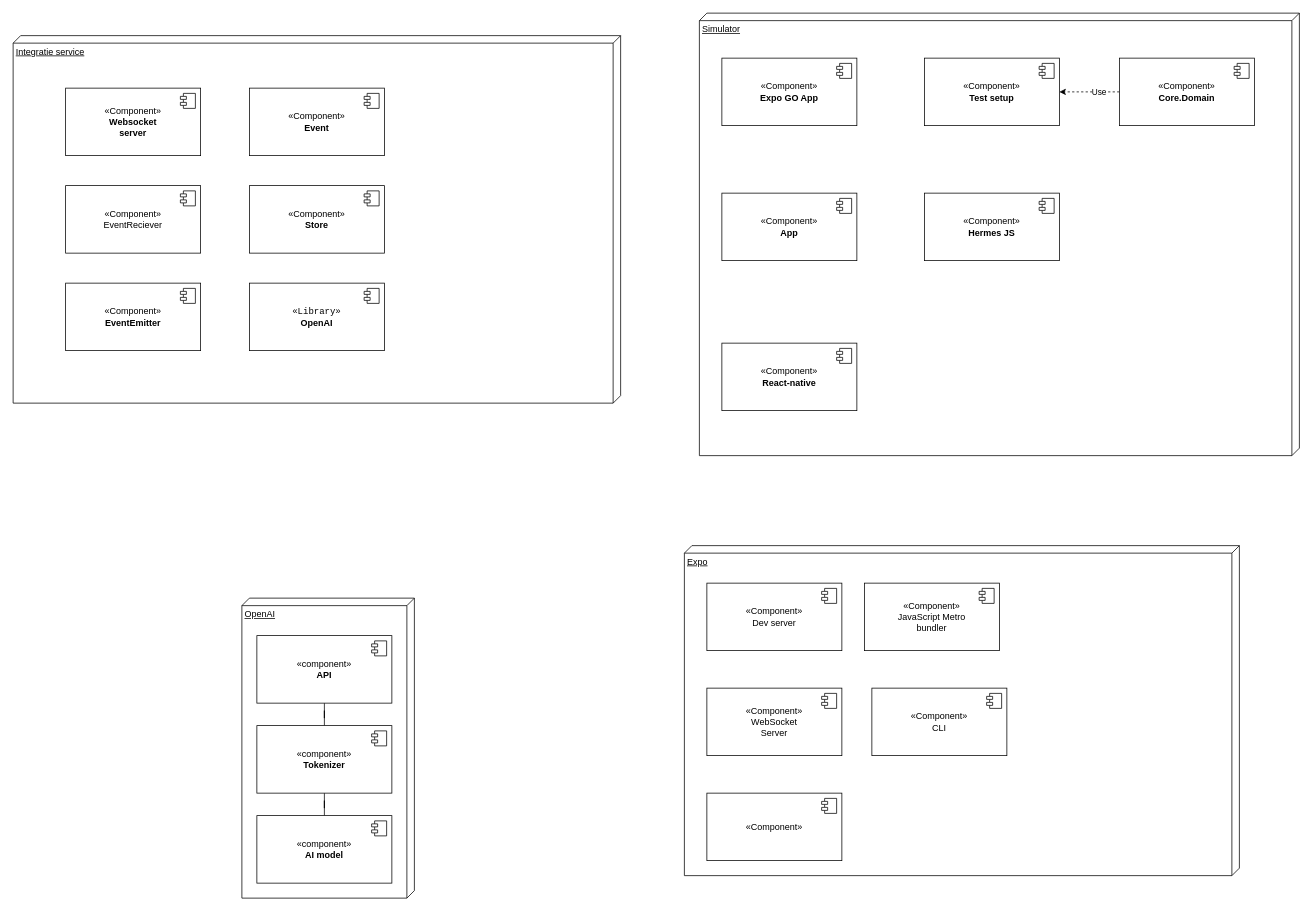
luukvankooten/draw.io keeps this draw.io diagram as page "5.4. Development view" (4 of 8) of 4+1.drawio. Above is the earlier version. Source tidied: cells renumbered, new cells numbered last; positions are measured from the earlier drawing's top-left corner, leaving out a move shared by most shapes. Both pictures are drawn from the tidied source at 75%, with x=0, y=0 at pixel (13, 13).
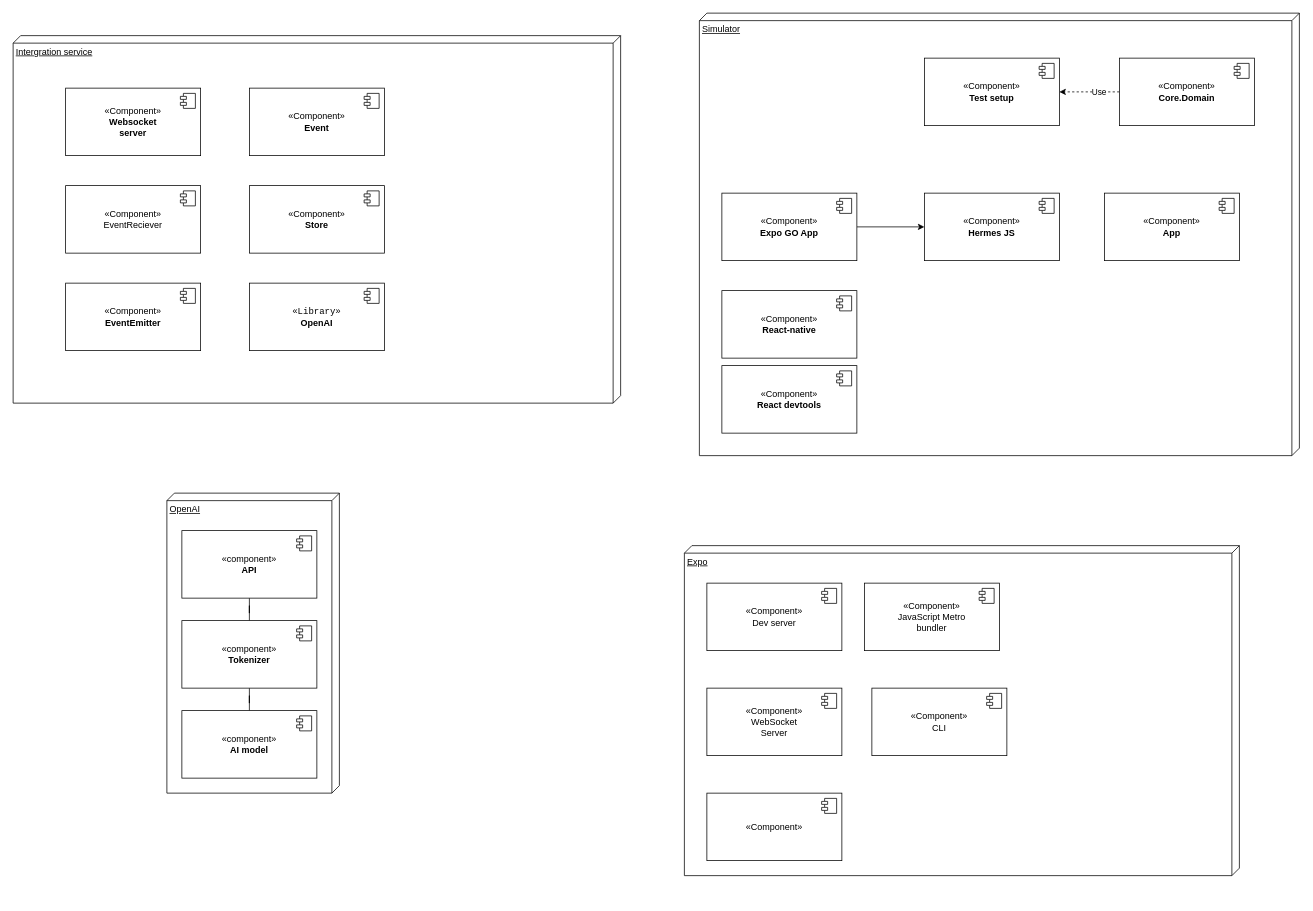
The same page after the edit.

The change refers to these unchanged cells:
```xml
<mxCell id="35" style="group;" parent="1" vertex="1">
  <mxGeometry x="915" width="800" height="590" as="geometry" />
</mxCell>
<mxCell id="37" value="«Component»&lt;b&gt;&lt;br&gt;Hermes JS&lt;br&gt;&lt;/b&gt;" style="html=1;whiteSpace=wrap;" parent="35" vertex="1">
  <mxGeometry x="300" y="240" width="180" height="90" as="geometry" />
</mxCell>
```

Diff of the diagram source:
```diff
@@
-    <mxCell id="2" value="Integratie service" style="verticalAlign=top;align=left;spacingTop=8;spacingLeft=2;spacingRight=12;shape=cube;size=10;direction=south;fontStyle=4;html=1;whiteSpace=wrap;" parent="1" vertex="1">
+    <mxCell id="2" value="Intergration service" style="verticalAlign=top;align=left;spacingTop=8;spacingLeft=2;spacingRight=12;shape=cube;size=10;direction=south;fontStyle=4;html=1;whiteSpace=wrap;" parent="1" vertex="1">
       <mxGeometry y="30" width="810" height="490" as="geometry" />
     </mxCell>
     <mxCell id="3" value="OpenAI" style="verticalAlign=top;align=left;spacingTop=8;spacingLeft=2;spacingRight=12;shape=cube;size=10;direction=south;fontStyle=4;html=1;whiteSpace=wrap;" parent="1" vertex="1">
-      <mxGeometry x="305" y="780" width="230" height="400" as="geometry" />
+      <mxGeometry x="205" y="640" width="230" height="400" as="geometry" />
     </mxCell>
@@
     <mxCell id="6" value="«component»&lt;br&gt;&lt;b&gt;API&lt;br&gt;&lt;/b&gt;" style="html=1;whiteSpace=wrap;" parent="1" vertex="1">
-      <mxGeometry x="325" y="830" width="180" height="90" as="geometry" />
+      <mxGeometry x="225" y="690" width="180" height="90" as="geometry" />
     </mxCell>
@@
     <mxCell id="9" value="«component»&lt;b&gt;&lt;br&gt;Tokenizer&lt;br&gt;&lt;/b&gt;" style="html=1;whiteSpace=wrap;" parent="1" vertex="1">
-      <mxGeometry x="325" y="950" width="180" height="90" as="geometry" />
+      <mxGeometry x="225" y="810" width="180" height="90" as="geometry" />
     </mxCell>
@@
     <mxCell id="11" value="«component»&lt;b&gt;&lt;br&gt;AI model&lt;br&gt;&lt;/b&gt;" style="html=1;whiteSpace=wrap;" parent="1" vertex="1">
-      <mxGeometry x="325" y="1070" width="180" height="90" as="geometry" />
+      <mxGeometry x="225" y="930" width="180" height="90" as="geometry" />
     </mxCell>
@@
+    <mxCell id="51" style="edgeStyle=orthogonalEdgeStyle;rounded=0;jettySize=auto;html=1;entryX=0;entryY=0.5;entryDx=0;entryDy=0;" parent="35" edge="1" source="39" target="37">
+      <mxGeometry relative="1" as="geometry" />
+    </mxCell>
     <mxCell id="39" value="«Component»&lt;b&gt;&lt;br&gt;Expo GO App&lt;br&gt;&lt;/b&gt;" style="html=1;whiteSpace=wrap;" parent="35" vertex="1">
-      <mxGeometry x="30" y="60" width="180" height="90" as="geometry" />
+      <mxGeometry x="30" y="240" width="180" height="90" as="geometry" />
     </mxCell>
@@
     <mxCell id="41" value="«Component»&lt;b&gt;&lt;br&gt;React-native&lt;br&gt;&lt;/b&gt;" style="html=1;whiteSpace=wrap;" parent="35" vertex="1">
-      <mxGeometry x="30" y="440" width="180" height="90" as="geometry" />
+      <mxGeometry x="30" y="370" width="180" height="90" as="geometry" />
     </mxCell>
@@
     <mxCell id="43" value="«Component»&lt;b&gt;&lt;br&gt;App&lt;br&gt;&lt;/b&gt;" style="html=1;whiteSpace=wrap;" parent="35" vertex="1">
-      <mxGeometry x="30" y="240" width="180" height="90" as="geometry" />
+      <mxGeometry x="540" y="240" width="180" height="90" as="geometry" />
     </mxCell>
@@
+    <mxCell id="52" value="«Component»&lt;b&gt;&lt;br&gt;React devtools&lt;br&gt;&lt;/b&gt;" style="html=1;whiteSpace=wrap;" parent="35" vertex="1">
+      <mxGeometry x="30" y="470" width="180" height="90" as="geometry" />
+    </mxCell>
+    <mxCell id="53" style="shape=module;jettyWidth=8;jettyHeight=4;" parent="52" vertex="1">
+      <mxGeometry x="1" width="20" height="20" relative="1" as="geometry">
+        <mxPoint x="-27" y="7" as="offset" />
+      </mxGeometry>
+    </mxCell>
```
